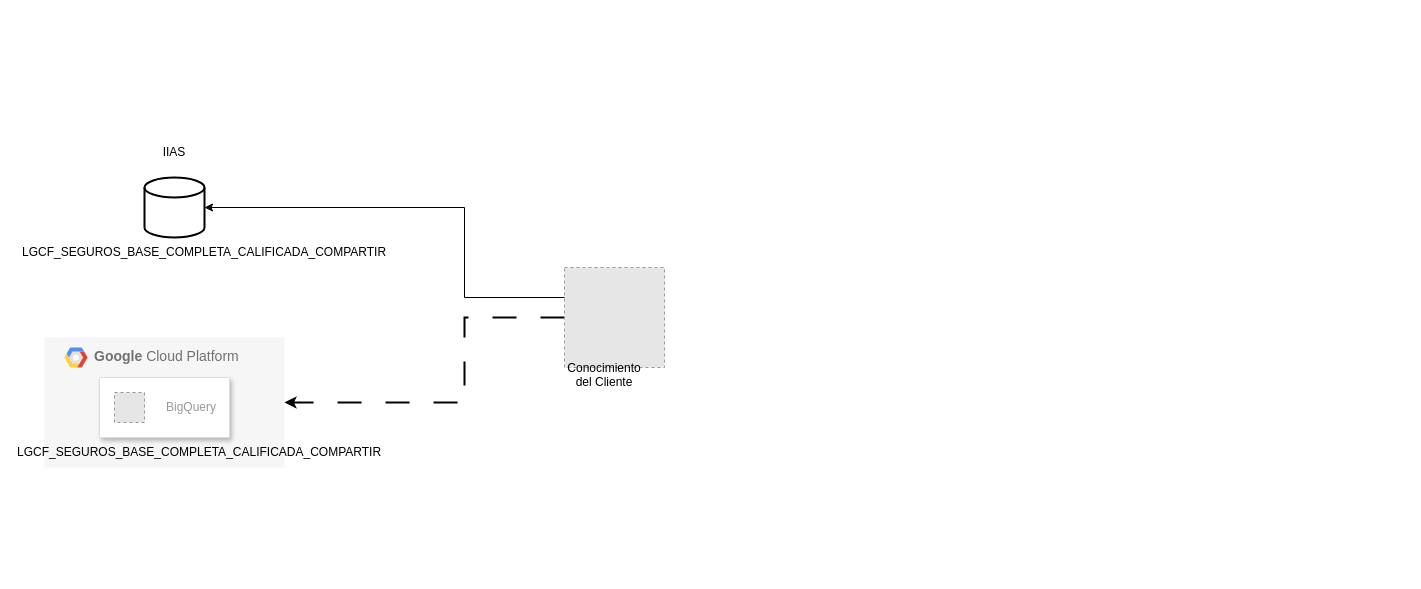
Above: Untitled Diagram.drawio in endoeca2/Diagramas (draw.io), before the change. Source tidied: cells renumbered, new cells numbered last; positions are measured from the earlier drawing's top-left corner, leaving out a move shared by most shapes. Both pictures are drawn from the tidied source at 100%, with x=0, y=0 at pixel (44, 137). Pictures stored in the file or linked from it are replaced by grey dashed boxes.
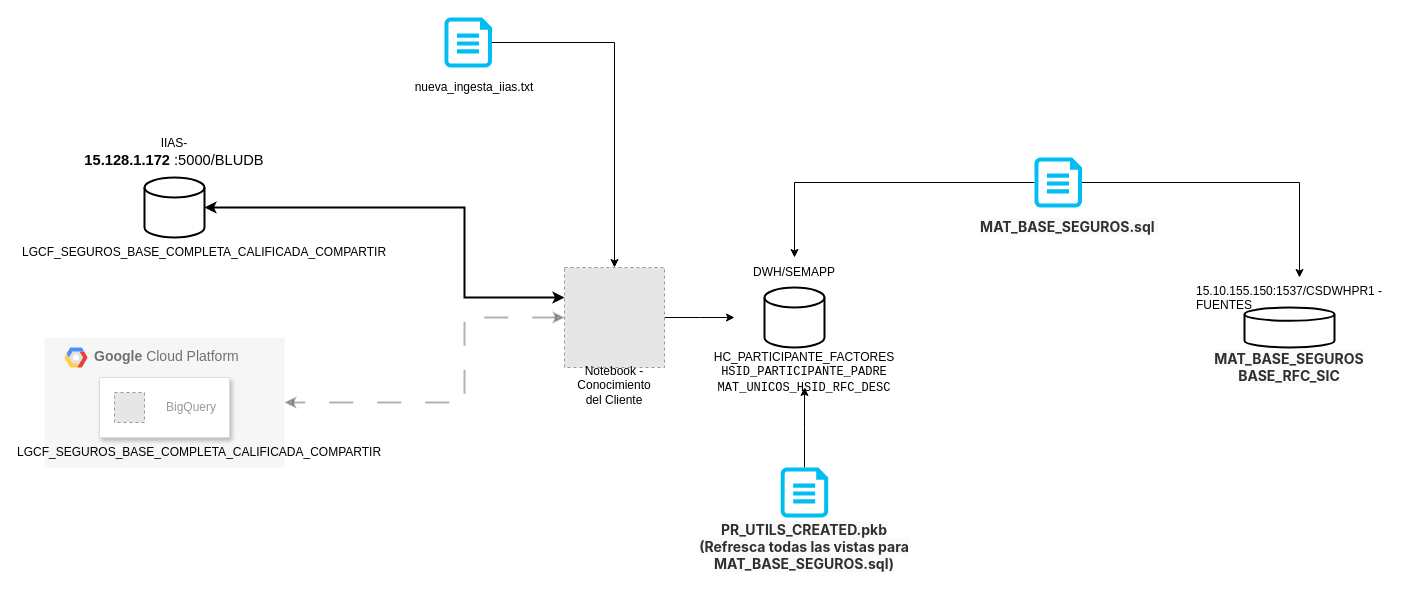
Above is the later version.

The change refers to these unchanged cells:
```xml
<mxCell id="2" value="&lt;b&gt;Google &lt;/b&gt;Cloud Platform" style="fillColor=#F6F6F6;strokeColor=none;shadow=0;gradientColor=none;fontSize=14;align=left;spacing=10;fontColor=#717171;9E9E9E;verticalAlign=top;spacingTop=-4;fontStyle=0;spacingLeft=40;html=1;" parent="1" vertex="1">
  <mxGeometry y="200" width="240" height="130" as="geometry" />
</mxCell>
<mxCell id="7" style="strokeWidth=2;html=1;shape=mxgraph.flowchart.database;whiteSpace=wrap;" parent="1" vertex="1">
  <mxGeometry x="100" y="40" width="60" height="60" as="geometry" />
</mxCell>
<mxCell id="11" style="fillColor=#E6E6E6;strokeColor=#999999;dashed=1;verticalLabelPosition=bottom;labelBackgroundColor=default;verticalAlign=top;" parent="1" vertex="1">
  <mxGeometry x="520" y="130" width="100" height="100" as="geometry" />
</mxCell>
```

The edit, as a diff of the source:
```diff
@@
-    <mxCell id="9" value="IIAS" style="text;html=1;whiteSpace=wrap;strokeColor=none;fillColor=none;align=center;verticalAlign=middle;rounded=0;" parent="1" vertex="1">
+    <mxCell id="9" value="IIAS-&lt;span lang=&quot;ES-MX&quot; class=&quot;TextRun SCXW147973772 BCX0&quot; style=&quot;-webkit-user-drag: none; -webkit-tap-highlight-color: transparent; margin: 0px; padding: 0px; user-select: text; background-color: rgb(255, 255, 255); font-size: 11pt; line-height: 18px; font-family: Calibri, Calibri_EmbeddedFont, Calibri_MSFontService, sans-serif; font-weight: bold; font-variant-ligatures: none !important;&quot;&gt;&lt;span class=&quot;NormalTextRun SCXW147973772 BCX0&quot; style=&quot;-webkit-user-drag: none; -webkit-tap-highlight-color: transparent; margin: 0px; padding: 0px; user-select: text;&quot;&gt;15.128.1.172&lt;/span&gt;&lt;/span&gt;&lt;span class=&quot;EOP SCXW147973772 BCX0&quot; style=&quot;-webkit-user-drag: none; -webkit-tap-highlight-color: transparent; margin: 0px; padding: 0px; user-select: text; background-color: rgb(255, 255, 255); font-size: 11pt; line-height: 18px; font-family: Calibri, Calibri_EmbeddedFont, Calibri_MSFontService, sans-serif;&quot;&gt;&amp;nbsp;:5000/BLUDB&lt;/span&gt;" style="text;html=1;whiteSpace=wrap;strokeColor=none;fillColor=none;align=center;verticalAlign=middle;rounded=0;" parent="1" vertex="1">
       <mxGeometry x="100" width="60" height="30" as="geometry" />
     </mxCell>
-    <mxCell id="10" style="edgeStyle=orthogonalEdgeStyle;rounded=0;jettySize=auto;html=1;entryX=1;entryY=0.5;entryDx=0;entryDy=0;strokeWidth=2;dashed=1;dashPattern=12 12;" parent="1" edge="1" source="11" target="2">
+    <mxCell id="10" style="edgeStyle=orthogonalEdgeStyle;rounded=0;jettySize=auto;html=1;entryX=1;entryY=0.5;entryDx=0;entryDy=0;strokeWidth=2;dashed=1;dashPattern=12 12;startArrow=classic;startFill=1;opacity=30;" parent="1" edge="1" source="11" target="2">
       <mxGeometry relative="1" as="geometry">
         <Array as="points">
           <mxPoint x="420" y="180" />
           <mxPoint x="420" y="265" />
         </Array>
       </mxGeometry>
     </mxCell>
+    <mxCell id="14" style="edgeStyle=orthogonalEdgeStyle;rounded=0;jettySize=auto;html=1;" parent="1" edge="1" source="11">
+      <mxGeometry relative="1" as="geometry">
+        <mxPoint x="690" y="180" as="targetPoint" />
+      </mxGeometry>
+    </mxCell>
@@
-    <mxCell id="12" value="Conocimiento del Cliente&lt;div&gt;&lt;br&gt;&lt;/div&gt;" style="text;html=1;whiteSpace=wrap;strokeColor=none;fillColor=none;align=center;verticalAlign=middle;rounded=0;" parent="1" vertex="1">
-      <mxGeometry x="530" y="230" width="60" height="30" as="geometry" />
+    <mxCell id="12" value="Notebook - Conocimiento del Cliente&lt;div&gt;&lt;br&gt;&lt;/div&gt;" style="text;html=1;whiteSpace=wrap;strokeColor=none;fillColor=none;align=center;verticalAlign=middle;rounded=0;" parent="1" vertex="1">
+      <mxGeometry x="540" y="240" width="60" height="30" as="geometry" />
     </mxCell>
-    <mxCell id="13" style="edgeStyle=orthogonalEdgeStyle;rounded=0;jettySize=auto;html=1;entryX=1;entryY=0.5;entryDx=0;entryDy=0;entryPerimeter=0;" parent="1" edge="1" source="11" target="7">
+    <mxCell id="13" style="edgeStyle=orthogonalEdgeStyle;rounded=0;jettySize=auto;html=1;entryX=1;entryY=0.5;entryDx=0;entryDy=0;entryPerimeter=0;startArrow=classic;startFill=1;strokeWidth=2;" parent="1" edge="1" source="11" target="7">
       <mxGeometry relative="1" as="geometry">
         <Array as="points">
           <mxPoint x="420" y="160" />
           <mxPoint x="420" y="70" />
         </Array>
       </mxGeometry>
     </mxCell>
+    <mxCell id="15" style="strokeWidth=2;html=1;shape=mxgraph.flowchart.database;whiteSpace=wrap;" parent="1" vertex="1">
+      <mxGeometry x="720" y="150" width="60" height="60" as="geometry" />
+    </mxCell>
+    <mxCell id="16" value="HC_PARTICIPANTE_FACTORES&lt;div&gt;&lt;code&gt;HSID_PARTICIPANTE_PADRE&lt;/code&gt;&lt;/div&gt;&lt;div&gt;&lt;code&gt;&lt;code&gt;MAT_UNICOS_HSID_RFC_DESC&lt;/code&gt;&lt;/code&gt;&lt;/div&gt;" style="text;html=1;whiteSpace=wrap;strokeColor=none;fillColor=none;align=center;verticalAlign=middle;rounded=0;" parent="1" vertex="1">
+      <mxGeometry x="730" y="220" width="60" height="30" as="geometry" />
+    </mxCell>
+    <mxCell id="17" value="DWH/SEMAPP" style="text;html=1;whiteSpace=wrap;strokeColor=none;fillColor=none;align=center;verticalAlign=middle;rounded=0;" parent="1" vertex="1">
+      <mxGeometry x="690" y="120" width="120" height="30" as="geometry" />
+    </mxCell>
+    <mxCell id="18" value="15.10.155.150:1537/CSDWHPR1 - FUENTES&#10;" style="text;whiteSpace=wrap;" parent="1" vertex="1">
+      <mxGeometry x="1150" y="140" width="210" height="40" as="geometry" />
+    </mxCell>
+    <mxCell id="19" style="strokeWidth=2;html=1;shape=mxgraph.flowchart.database;whiteSpace=wrap;" parent="1" vertex="1">
+      <mxGeometry x="1200" y="170" width="90" height="40" as="geometry" />
+    </mxCell>
+    <mxCell id="20" value="nueva_ingesta_iias.txt" style="text;html=1;whiteSpace=wrap;strokeColor=none;fillColor=none;align=center;verticalAlign=middle;rounded=0;" parent="1" vertex="1">
+      <mxGeometry x="400" y="-60" width="60" height="20" as="geometry" />
+    </mxCell>
+    <mxCell id="21" style="edgeStyle=orthogonalEdgeStyle;rounded=0;jettySize=auto;html=1;entryX=0.5;entryY=0;entryDx=0;entryDy=0;" parent="1" edge="1" source="22" target="11">
+      <mxGeometry relative="1" as="geometry" />
+    </mxCell>
+    <mxCell id="22" style="verticalLabelPosition=bottom;html=1;verticalAlign=top;align=center;strokeColor=none;fillColor=#00BEF2;shape=mxgraph.azure.cloud_services_configuration_file;" parent="1" vertex="1">
+      <mxGeometry x="400" y="-120" width="47.5" height="50" as="geometry" />
+    </mxCell>
+    <mxCell id="23" style="edgeStyle=orthogonalEdgeStyle;rounded=0;jettySize=auto;html=1;entryX=0.5;entryY=0;entryDx=0;entryDy=0;" parent="1" edge="1" source="25" target="17">
+      <mxGeometry relative="1" as="geometry" />
+    </mxCell>
+    <mxCell id="24" style="edgeStyle=orthogonalEdgeStyle;rounded=0;jettySize=auto;html=1;" parent="1" edge="1" source="25" target="18">
+      <mxGeometry relative="1" as="geometry" />
+    </mxCell>
+    <mxCell id="25" style="verticalLabelPosition=bottom;html=1;verticalAlign=top;align=center;strokeColor=none;fillColor=#00BEF2;shape=mxgraph.azure.cloud_services_configuration_file;" parent="1" vertex="1">
+      <mxGeometry x="990" y="20" width="47.5" height="50" as="geometry" />
+    </mxCell>
+    <mxCell id="26" value="&lt;strong class=&quot;file-title-name gl-word-break-all&quot; style=&quot;box-sizing: border-box; font-weight: bold; word-break: break-all; color: rgb(48, 48, 48); font-family: -apple-system, BlinkMacSystemFont, &amp;quot;Segoe UI&amp;quot;, Roboto, &amp;quot;Noto Sans&amp;quot;, Ubuntu, Cantarell, &amp;quot;Helvetica Neue&amp;quot;, sans-serif, &amp;quot;Apple Color Emoji&amp;quot;, &amp;quot;Segoe UI Emoji&amp;quot;, &amp;quot;Segoe UI Symbol&amp;quot;, &amp;quot;Noto Color Emoji&amp;quot;; font-size: 14px; text-align: left; background-color: rgb(250, 250, 250);&quot;&gt;MAT_BASE_SEGUROS.sql&amp;nbsp;&lt;/strong&gt;" style="text;html=1;whiteSpace=wrap;strokeColor=none;fillColor=none;align=center;verticalAlign=middle;rounded=0;" parent="1" vertex="1">
+      <mxGeometry x="920" y="80" width="210" height="20" as="geometry" />
+    </mxCell>
+    <mxCell id="27" value="&lt;strong class=&quot;file-title-name gl-word-break-all&quot; style=&quot;box-sizing: border-box; font-weight: bold; word-break: break-all; color: rgb(48, 48, 48); font-family: -apple-system, BlinkMacSystemFont, &amp;quot;Segoe UI&amp;quot;, Roboto, &amp;quot;Noto Sans&amp;quot;, Ubuntu, Cantarell, &amp;quot;Helvetica Neue&amp;quot;, sans-serif, &amp;quot;Apple Color Emoji&amp;quot;, &amp;quot;Segoe UI Emoji&amp;quot;, &amp;quot;Segoe UI Symbol&amp;quot;, &amp;quot;Noto Color Emoji&amp;quot;; font-size: 14px; text-align: left; background-color: rgb(250, 250, 250);&quot;&gt;MAT_BASE_SEGUROS&lt;/strong&gt;&lt;div&gt;&lt;span class=&quot;file-title-name gl-word-break-all&quot; style=&quot;box-sizing: border-box; word-break: break-all; text-align: left; background-color: rgb(250, 250, 250); color: rgb(48, 48, 48);&quot;&gt;&lt;font color=&quot;#303030&quot; face=&quot;-apple-system, BlinkMacSystemFont, Segoe UI, Roboto, Noto Sans, Ubuntu, Cantarell, Helvetica Neue, sans-serif, Apple Color Emoji, Segoe UI Emoji, Segoe UI Symbol, Noto Color Emoji&quot;&gt;&lt;span style=&quot;font-size: 14px;&quot;&gt;&lt;b&gt;BASE_RFC_SIC&lt;/b&gt;&lt;/span&gt;&lt;/font&gt;&lt;/span&gt;&lt;/div&gt;" style="text;html=1;whiteSpace=wrap;strokeColor=none;fillColor=none;align=center;verticalAlign=middle;rounded=0;" parent="1" vertex="1">
+      <mxGeometry x="1140" y="220" width="210" height="20" as="geometry" />
+    </mxCell>
+    <mxCell id="28" style="edgeStyle=orthogonalEdgeStyle;rounded=0;jettySize=auto;html=1;entryX=0.5;entryY=1;entryDx=0;entryDy=0;" parent="1" edge="1" source="29" target="16">
+      <mxGeometry relative="1" as="geometry" />
+    </mxCell>
+    <mxCell id="29" style="verticalLabelPosition=bottom;html=1;verticalAlign=top;align=center;strokeColor=none;fillColor=#00BEF2;shape=mxgraph.azure.cloud_services_configuration_file;" parent="1" vertex="1">
+      <mxGeometry x="736.2" y="330" width="47.5" height="50" as="geometry" />
+    </mxCell>
+    <mxCell id="30" value="&lt;strong class=&quot;file-title-name gl-word-break-all&quot; style=&quot;box-sizing: border-box; font-weight: bold; word-break: break-all; color: rgb(48, 48, 48); font-family: -apple-system, BlinkMacSystemFont, &amp;quot;Segoe UI&amp;quot;, Roboto, &amp;quot;Noto Sans&amp;quot;, Ubuntu, Cantarell, &amp;quot;Helvetica Neue&amp;quot;, sans-serif, &amp;quot;Apple Color Emoji&amp;quot;, &amp;quot;Segoe UI Emoji&amp;quot;, &amp;quot;Segoe UI Symbol&amp;quot;, &amp;quot;Noto Color Emoji&amp;quot;; font-size: 14px; text-align: left; background-color: rgb(250, 250, 250);&quot;&gt;PR_UTILS_CREATED.pkb&lt;/strong&gt;&lt;div&gt;&lt;strong class=&quot;file-title-name gl-word-break-all&quot; style=&quot;box-sizing: border-box; font-weight: bold; word-break: break-all; color: rgb(48, 48, 48); font-family: -apple-system, BlinkMacSystemFont, &amp;quot;Segoe UI&amp;quot;, Roboto, &amp;quot;Noto Sans&amp;quot;, Ubuntu, Cantarell, &amp;quot;Helvetica Neue&amp;quot;, sans-serif, &amp;quot;Apple Color Emoji&amp;quot;, &amp;quot;Segoe UI Emoji&amp;quot;, &amp;quot;Segoe UI Symbol&amp;quot;, &amp;quot;Noto Color Emoji&amp;quot;; font-size: 14px; text-align: left; background-color: rgb(250, 250, 250);&quot;&gt;(Refresca todas las vistas para MAT_BASE_SEGUROS.sql)&lt;/strong&gt;&lt;/div&gt;" style="text;html=1;whiteSpace=wrap;strokeColor=none;fillColor=none;align=center;verticalAlign=middle;rounded=0;" parent="1" vertex="1">
+      <mxGeometry x="654.1" y="400" width="211.9" height="20" as="geometry" />
+    </mxCell>
```
